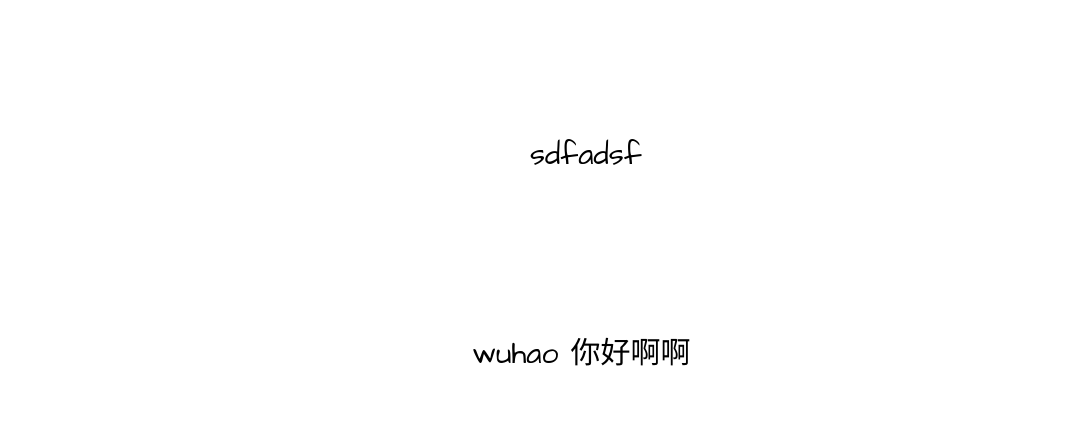
Before: 未命名绘图.drawio in wuhaodemo/text-detection-ctpn, a draw.io diagram. Source tidied: cells renumbered, new cells numbered last; positions are measured from the earlier drawing's top-left corner, leaving out a move shared by most shapes. Both pictures are drawn from the tidied source at 150%, with x=0, y=0 at pixel (458, 126).
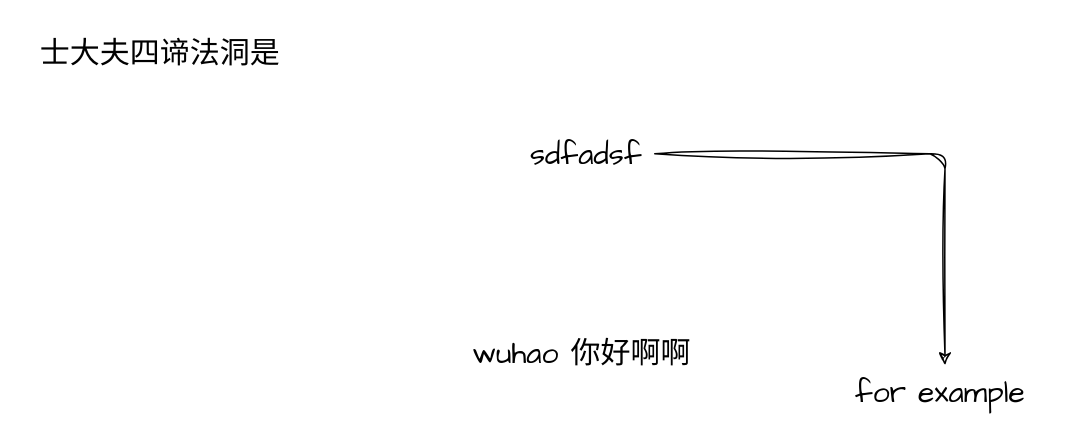
After the change.

Commit message:
更新未命名绘图.drawio

Change to the diagram source:
```diff
@@
 <mxGraphModel>
   <root>
     <mxCell id="0" />
     <mxCell id="1" parent="0" />
+    <mxCell id="4" style="edgeStyle=orthogonalEdgeStyle;sketch=1;hachureGap=4;jiggle=2;curveFitting=1;jettySize=auto;html=1;fontFamily=Architects Daughter;fontSize=16;" parent="1" edge="1" source="2" target="6">
+      <mxGeometry relative="1" as="geometry" />
+    </mxCell>
     <mxCell id="2" value="sdfadsf" style="text;html=1;align=center;verticalAlign=middle;points=[];strokeColor=none;fillColor=none;fontSize=20;fontFamily=Architects Daughter;" parent="1" vertex="1">
       <mxGeometry x="38" width="93" height="36" as="geometry" />
     </mxCell>
     <mxCell id="3" value="wuhao 你好啊啊" style="text;html=1;align=center;verticalAlign=middle;strokeColor=none;fillColor=none;fontSize=20;fontFamily=Architects Daughter;" parent="1" vertex="1">
       <mxGeometry y="133" width="164" height="36" as="geometry" />
     </mxCell>
+    <mxCell id="5" value="士大夫四谛法洞是" style="text;html=1;align=center;verticalAlign=middle;strokeColor=none;fillColor=none;fontSize=20;fontFamily=Architects Daughter;" parent="1" vertex="1">
+      <mxGeometry x="-288" y="-67" width="178" height="36" as="geometry" />
+    </mxCell>
+    <mxCell id="6" value="for example&amp;nbsp;" style="text;html=1;align=center;verticalAlign=middle;points=[];strokeColor=none;fillColor=none;fontSize=20;fontFamily=Architects Daughter;" parent="1" vertex="1">
+      <mxGeometry x="255" y="159" width="139" height="36" as="geometry" />
+    </mxCell>
   </root>
 </mxGraphModel>
```
